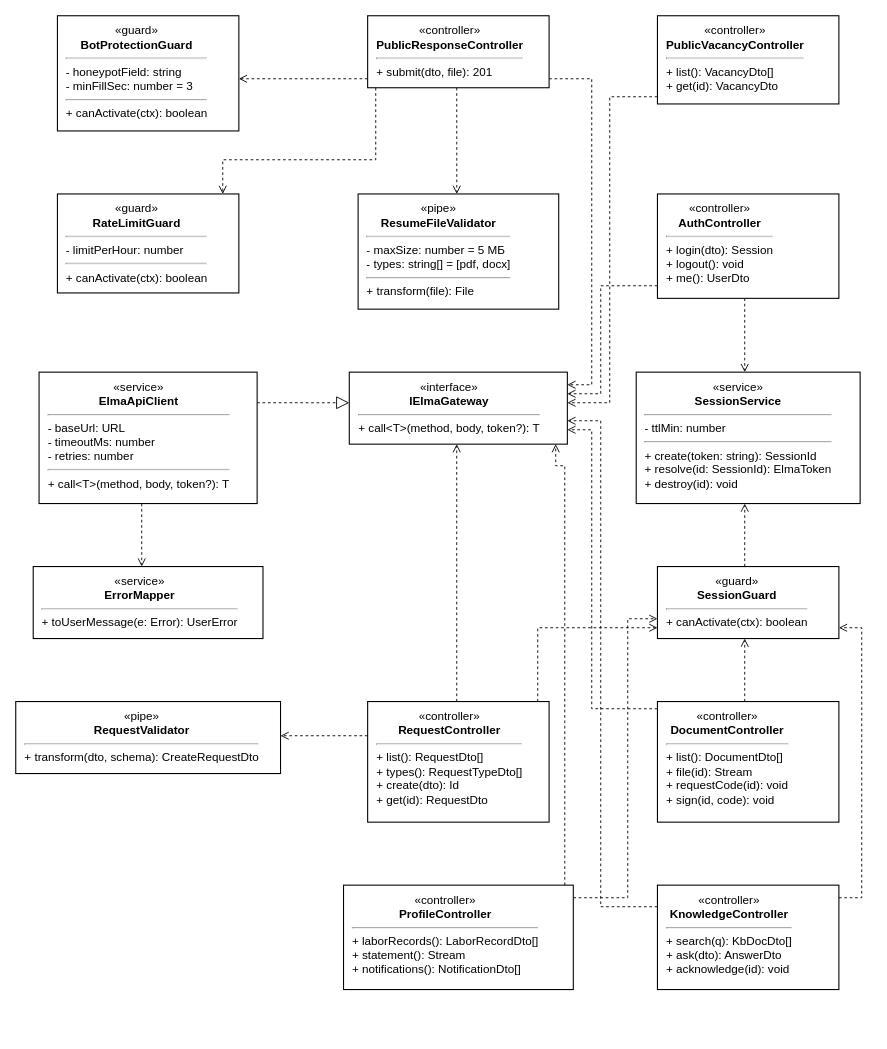
Earlier version of the draw.io diagram docs/диаграммы/drawio/3.6_Классы_Портал_серверная_часть.drawio (akkixx04/doc_management). Source tidied: cells renumbered, new cells numbered last; positions are measured from the earlier drawing's top-left corner, leaving out a move shared by most shapes. Both pictures are drawn from the tidied source at 90%, with x=0, y=0 at pixel (15, 15).
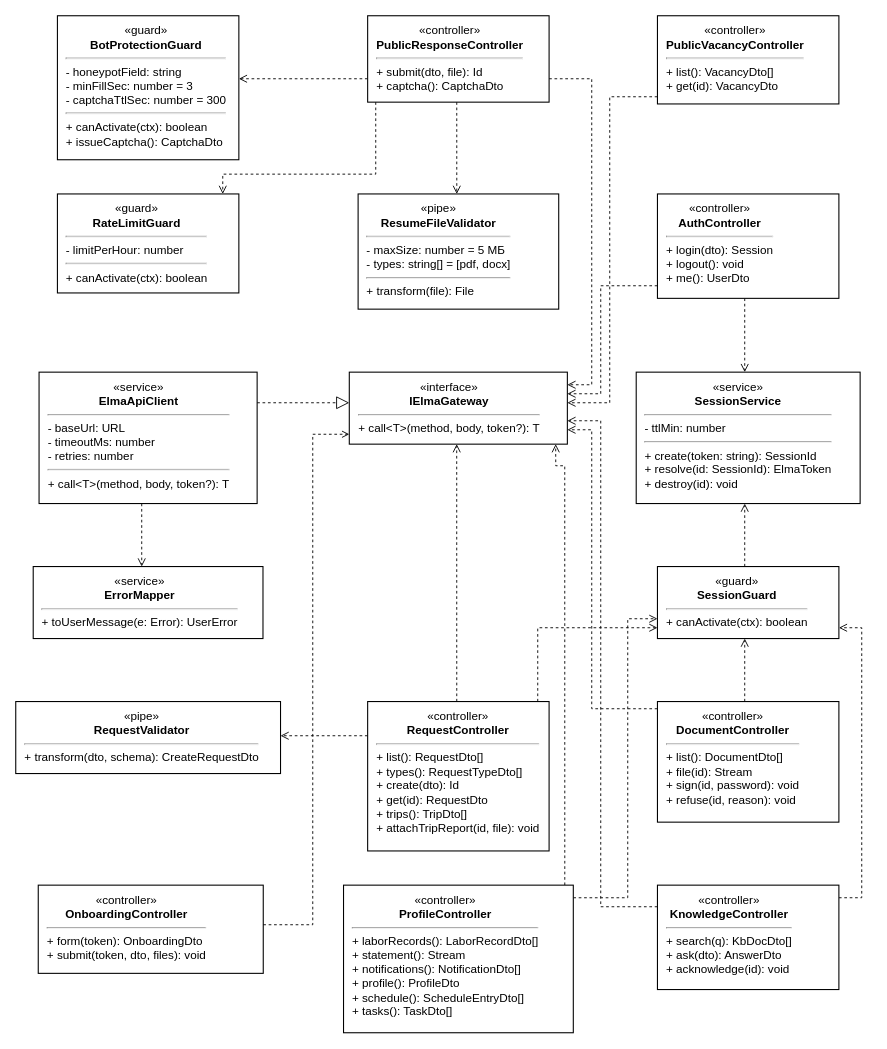
Above is the later version.

Unchanged cells that the change refers to:
```xml
<mxCell id="24" value="&lt;div style=&quot;text-align:center&quot;&gt;«guard»&lt;/div&gt;&lt;div style=&quot;text-align:center&quot;&gt;&lt;b&gt;RateLimitGuard&lt;/b&gt;&lt;/div&gt;&lt;hr&gt;- limitPerHour: number&lt;hr&gt;+ canActivate(ctx): boolean" style="html=1;whiteSpace=wrap;align=left;verticalAlign=top;spacingLeft=8;spacingRight=6;spacingTop=2;fontSize=13;strokeColor=#000000;strokeWidth=1.2;fillColor=#ffffff;fontColor=#000000;fontFamily=Helvetica;rounded=0;" parent="1" vertex="1">
  <mxGeometry x="46.3" y="198" width="201.6" height="110" as="geometry" />
</mxCell>
<mxCell id="28" value="&lt;div style=&quot;text-align:center&quot;&gt;«interface»&lt;/div&gt;&lt;div style=&quot;text-align:center&quot;&gt;&lt;b&gt;IElmaGateway&lt;/b&gt;&lt;/div&gt;&lt;hr&gt;+ call&amp;lt;T&amp;gt;(method, body, token?): T" style="html=1;whiteSpace=wrap;align=left;verticalAlign=top;spacingLeft=8;spacingRight=6;spacingTop=2;fontSize=13;strokeColor=#000000;strokeWidth=1.2;fillColor=#ffffff;fontColor=#000000;fontFamily=Helvetica;rounded=0;" parent="1" vertex="1">
  <mxGeometry x="370.6" y="396" width="242.3" height="80" as="geometry" />
</mxCell>
<mxCell id="31" value="&lt;div style=&quot;text-align:center&quot;&gt;«guard»&lt;/div&gt;&lt;div style=&quot;text-align:center&quot;&gt;&lt;b&gt;SessionGuard&lt;/b&gt;&lt;/div&gt;&lt;hr&gt;+ canActivate(ctx): boolean" style="html=1;whiteSpace=wrap;align=left;verticalAlign=top;spacingLeft=8;spacingRight=6;spacingTop=2;fontSize=13;strokeColor=#000000;strokeWidth=1.2;fillColor=#ffffff;fontColor=#000000;fontFamily=Helvetica;rounded=0;" parent="1" vertex="1">
  <mxGeometry x="713" y="612" width="201.6" height="80" as="geometry" />
</mxCell>
<mxCell id="32" value="&lt;div style=&quot;text-align:center&quot;&gt;«pipe»&lt;/div&gt;&lt;div style=&quot;text-align:center&quot;&gt;&lt;b&gt;RequestValidator&lt;/b&gt;&lt;/div&gt;&lt;hr&gt;+ transform(dto, schema): CreateRequestDto" style="html=1;whiteSpace=wrap;align=left;verticalAlign=top;spacingLeft=8;spacingRight=6;spacingTop=2;fontSize=13;strokeColor=#000000;strokeWidth=1.2;fillColor=#ffffff;fontColor=#000000;fontFamily=Helvetica;rounded=0;" parent="1" vertex="1">
  <mxGeometry y="762" width="294.2" height="80" as="geometry" />
</mxCell>
```

Diff of the diagram source:
```diff
@@
-    <mxCell id="7" style="edgeStyle=none;html=1;rounded=0;endArrow=block;endFill=1;endSize=7;strokeColor=#000000;strokeWidth=1;fontColor=#000000;fontFamily=Helvetica;endArrow=open;endFill=0;startArrow=none;dashed=1;fontSize=12;labelBackgroundColor=#ffffff;exitX=0.0000;exitY=0.8750;exitDx=0;exitDy=0;exitPerimeter=0;entryX=1.0000;entryY=0.5469;entryDx=0;entryDy=0;entryPerimeter=0;" parent="1" edge="1" source="22" target="21">
+    <mxCell id="7" style="edgeStyle=none;html=1;rounded=0;endArrow=block;endFill=1;endSize=7;strokeColor=#000000;strokeWidth=1;fontColor=#000000;fontFamily=Helvetica;endArrow=open;endFill=0;startArrow=none;dashed=1;fontSize=12;labelBackgroundColor=#ffffff;exitX=0.0000;exitY=0.7292;exitDx=0;exitDy=0;exitPerimeter=0;entryX=1.0000;entryY=0.4375;entryDx=0;entryDy=0;entryPerimeter=0;" parent="1" edge="1" source="22" target="21">
       <mxGeometry relative="1" as="geometry" />
     </mxCell>
@@
-    <mxCell id="11" style="edgeStyle=none;html=1;rounded=0;endArrow=block;endFill=1;endSize=7;strokeColor=#000000;strokeWidth=1;fontColor=#000000;fontFamily=Helvetica;endArrow=open;endFill=0;startArrow=none;dashed=1;fontSize=12;labelBackgroundColor=#ffffff;exitX=0.0000;exitY=0.2836;exitDx=0;exitDy=0;exitPerimeter=0;entryX=1.0000;entryY=0.4750;entryDx=0;entryDy=0;entryPerimeter=0;" parent="1" edge="1" source="33" target="32">
+    <mxCell id="11" style="edgeStyle=none;html=1;rounded=0;endArrow=block;endFill=1;endSize=7;strokeColor=#000000;strokeWidth=1;fontColor=#000000;fontFamily=Helvetica;endArrow=open;endFill=0;startArrow=none;dashed=1;fontSize=12;labelBackgroundColor=#ffffff;exitX=0.0000;exitY=0.2289;exitDx=0;exitDy=0;exitPerimeter=0;entryX=1.0000;entryY=0.4750;entryDx=0;entryDy=0;entryPerimeter=0;" parent="1" edge="1" source="33" target="32">
       <mxGeometry relative="1" as="geometry" />
     </mxCell>
-    <mxCell id="12" style="edgeStyle=none;html=1;rounded=0;endArrow=block;endFill=1;endSize=7;strokeColor=#000000;strokeWidth=1;fontColor=#000000;fontFamily=Helvetica;endArrow=open;endFill=0;startArrow=none;dashed=1;fontSize=12;labelBackgroundColor=#ffffff;exitX=1.0000;exitY=0.8750;exitDx=0;exitDy=0;exitPerimeter=0;entryX=1.0000;entryY=0.1750;entryDx=0;entryDy=0;entryPerimeter=0;" parent="1" edge="1" source="22" target="28">
+    <mxCell id="12" style="edgeStyle=none;html=1;rounded=0;endArrow=block;endFill=1;endSize=7;strokeColor=#000000;strokeWidth=1;fontColor=#000000;fontFamily=Helvetica;endArrow=open;endFill=0;startArrow=none;dashed=1;fontSize=12;labelBackgroundColor=#ffffff;exitX=1.0000;exitY=0.7292;exitDx=0;exitDy=0;exitPerimeter=0;entryX=1.0000;entryY=0.1750;entryDx=0;entryDy=0;entryPerimeter=0;" parent="1" edge="1" source="22" target="28">
       <mxGeometry relative="1" as="geometry">
         <Array as="points">
           <mxPoint x="640" y="70" />
           <mxPoint x="640" y="410" />
         </Array>
       </mxGeometry>
     </mxCell>
@@
     <mxCell id="15" style="edgeStyle=none;html=1;rounded=0;endArrow=block;endFill=1;endSize=7;strokeColor=#000000;strokeWidth=1;fontColor=#000000;fontFamily=Helvetica;endArrow=open;endFill=0;startArrow=none;dashed=1;fontSize=12;labelBackgroundColor=#ffffff;exitX=0.0446;exitY=1.0000;exitDx=0;exitDy=0;exitPerimeter=0;entryX=0.9113;entryY=0.0000;entryDx=0;entryDy=0;entryPerimeter=0;" parent="1" edge="1" source="22" target="24">
       <mxGeometry relative="1" as="geometry">
         <Array as="points">
-          <mxPoint x="400" y="160" />
-          <mxPoint x="230" y="160" />
+          <mxPoint x="400" y="176" />
+          <mxPoint x="230" y="176" />
         </Array>
       </mxGeometry>
     </mxCell>
@@
-    <mxCell id="17" style="edgeStyle=none;html=1;rounded=0;endArrow=block;endFill=1;endSize=7;strokeColor=#000000;strokeWidth=1;fontColor=#000000;fontFamily=Helvetica;endArrow=open;endFill=0;startArrow=none;dashed=1;fontSize=12;labelBackgroundColor=#ffffff;exitX=1.0000;exitY=0.1207;exitDx=0;exitDy=0;exitPerimeter=0;entryX=0.0000;entryY=0.7250;entryDx=0;entryDy=0;entryPerimeter=0;" parent="1" edge="1" source="35" target="31">
+    <mxCell id="17" style="edgeStyle=none;html=1;rounded=0;endArrow=block;endFill=1;endSize=7;strokeColor=#000000;strokeWidth=1;fontColor=#000000;fontFamily=Helvetica;endArrow=open;endFill=0;startArrow=none;dashed=1;fontSize=12;labelBackgroundColor=#ffffff;exitX=1.0000;exitY=0.0854;exitDx=0;exitDy=0;exitPerimeter=0;entryX=0.0000;entryY=0.7250;entryDx=0;entryDy=0;entryPerimeter=0;" parent="1" edge="1" source="35" target="31">
       <mxGeometry relative="1" as="geometry">
         <Array as="points">
           <mxPoint x="680" y="980" />
           <mxPoint x="680" y="670" />
         </Array>
       </mxGeometry>
     </mxCell>
@@
-    <mxCell id="21" value="&lt;div style=&quot;text-align:center&quot;&gt;«guard»&lt;/div&gt;&lt;div style=&quot;text-align:center&quot;&gt;&lt;b&gt;BotProtectionGuard&lt;/b&gt;&lt;/div&gt;&lt;hr&gt;- honeypotField: string&lt;br&gt;- minFillSec: number = 3&lt;hr&gt;+ canActivate(ctx): boolean" style="html=1;whiteSpace=wrap;align=left;verticalAlign=top;spacingLeft=8;spacingRight=6;spacingTop=2;fontSize=13;strokeColor=#000000;strokeWidth=1.2;fillColor=#ffffff;fontColor=#000000;fontFamily=Helvetica;rounded=0;" parent="1" vertex="1">
-      <mxGeometry x="46.3" width="201.6" height="128" as="geometry" />
+    <mxCell id="21" value="&lt;div style=&quot;text-align:center&quot;&gt;«guard»&lt;/div&gt;&lt;div style=&quot;text-align:center&quot;&gt;&lt;b&gt;BotProtectionGuard&lt;/b&gt;&lt;/div&gt;&lt;hr&gt;- honeypotField: string&lt;br&gt;- minFillSec: number = 3&lt;br&gt;- captchaTtlSec: number = 300&lt;hr&gt;+ canActivate(ctx): boolean&lt;br&gt;+ issueCaptcha(): CaptchaDto" style="html=1;whiteSpace=wrap;align=left;verticalAlign=top;spacingLeft=8;spacingRight=6;spacingTop=2;fontSize=13;strokeColor=#000000;strokeWidth=1.2;fillColor=#ffffff;fontColor=#000000;fontFamily=Helvetica;rounded=0;" parent="1" vertex="1">
+      <mxGeometry x="46.3" width="201.6" height="160" as="geometry" />
     </mxCell>
-    <mxCell id="22" value="&lt;div style=&quot;text-align:center&quot;&gt;«controller»&lt;/div&gt;&lt;div style=&quot;text-align:center&quot;&gt;&lt;b&gt;PublicResponseController&lt;/b&gt;&lt;/div&gt;&lt;hr&gt;+ submit(dto, file): 201" style="html=1;whiteSpace=wrap;align=left;verticalAlign=top;spacingLeft=8;spacingRight=6;spacingTop=2;fontSize=13;strokeColor=#000000;strokeWidth=1.2;fillColor=#ffffff;fontColor=#000000;fontFamily=Helvetica;rounded=0;" parent="1" vertex="1">
-      <mxGeometry x="391" width="201.6" height="80" as="geometry" />
+    <mxCell id="22" value="&lt;div style=&quot;text-align:center&quot;&gt;«controller»&lt;/div&gt;&lt;div style=&quot;text-align:center&quot;&gt;&lt;b&gt;PublicResponseController&lt;/b&gt;&lt;/div&gt;&lt;hr&gt;+ submit(dto, file): Id&lt;br&gt;+ captcha(): CaptchaDto" style="html=1;whiteSpace=wrap;align=left;verticalAlign=top;spacingLeft=8;spacingRight=6;spacingTop=2;fontSize=13;strokeColor=#000000;strokeWidth=1.2;fillColor=#ffffff;fontColor=#000000;fontFamily=Helvetica;rounded=0;" parent="1" vertex="1">
+      <mxGeometry x="391" width="201.6" height="96" as="geometry" />
     </mxCell>
@@
-    <mxCell id="33" value="&lt;div style=&quot;text-align:center&quot;&gt;«controller»&lt;/div&gt;&lt;div style=&quot;text-align:center&quot;&gt;&lt;b&gt;RequestController&lt;/b&gt;&lt;/div&gt;&lt;hr&gt;+ list(): RequestDto[]&lt;br&gt;+ types(): RequestTypeDto[]&lt;br&gt;+ create(dto): Id&lt;br&gt;+ get(id): RequestDto" style="html=1;whiteSpace=wrap;align=left;verticalAlign=top;spacingLeft=8;spacingRight=6;spacingTop=2;fontSize=13;strokeColor=#000000;strokeWidth=1.2;fillColor=#ffffff;fontColor=#000000;fontFamily=Helvetica;rounded=0;" parent="1" vertex="1">
-      <mxGeometry x="391" y="762" width="201.6" height="134" as="geometry" />
+    <mxCell id="33" value="&lt;div style=&quot;text-align:center&quot;&gt;«controller»&lt;/div&gt;&lt;div style=&quot;text-align:center&quot;&gt;&lt;b&gt;RequestController&lt;/b&gt;&lt;/div&gt;&lt;hr&gt;+ list(): RequestDto[]&lt;br&gt;+ types(): RequestTypeDto[]&lt;br&gt;+ create(dto): Id&lt;br&gt;+ get(id): RequestDto&lt;br&gt;+ trips(): TripDto[]&lt;br&gt;+ attachTripReport(id, file): void" style="html=1;whiteSpace=wrap;align=left;verticalAlign=top;spacingLeft=8;spacingRight=6;spacingTop=2;fontSize=13;strokeColor=#000000;strokeWidth=1.2;fillColor=#ffffff;fontColor=#000000;fontFamily=Helvetica;rounded=0;" parent="1" vertex="1">
+      <mxGeometry x="391" y="762" width="201.6" height="166" as="geometry" />
     </mxCell>
-    <mxCell id="34" value="&lt;div style=&quot;text-align:center&quot;&gt;«controller»&lt;/div&gt;&lt;div style=&quot;text-align:center&quot;&gt;&lt;b&gt;DocumentController&lt;/b&gt;&lt;/div&gt;&lt;hr&gt;+ list(): DocumentDto[]&lt;br&gt;+ file(id): Stream&lt;br&gt;+ requestCode(id): void&lt;br&gt;+ sign(id, code): void" style="html=1;whiteSpace=wrap;align=left;verticalAlign=top;spacingLeft=8;spacingRight=6;spacingTop=2;fontSize=13;strokeColor=#000000;strokeWidth=1.2;fillColor=#ffffff;fontColor=#000000;fontFamily=Helvetica;rounded=0;" parent="1" vertex="1">
+    <mxCell id="34" value="&lt;div style=&quot;text-align:center&quot;&gt;«controller»&lt;/div&gt;&lt;div style=&quot;text-align:center&quot;&gt;&lt;b&gt;DocumentController&lt;/b&gt;&lt;/div&gt;&lt;hr&gt;+ list(): DocumentDto[]&lt;br&gt;+ file(id): Stream&lt;br&gt;+ sign(id, password): void&lt;br&gt;+ refuse(id, reason): void" style="html=1;whiteSpace=wrap;align=left;verticalAlign=top;spacingLeft=8;spacingRight=6;spacingTop=2;fontSize=13;strokeColor=#000000;strokeWidth=1.2;fillColor=#ffffff;fontColor=#000000;fontFamily=Helvetica;rounded=0;" parent="1" vertex="1">
       <mxGeometry x="713" y="762" width="201.6" height="134" as="geometry" />
     </mxCell>
-    <mxCell id="35" value="&lt;div style=&quot;text-align:center&quot;&gt;«controller»&lt;/div&gt;&lt;div style=&quot;text-align:center&quot;&gt;&lt;b&gt;ProfileController&lt;/b&gt;&lt;/div&gt;&lt;hr&gt;+ laborRecords(): LaborRecordDto[]&lt;br&gt;+ statement(): Stream&lt;br&gt;+ notifications(): NotificationDto[]" style="html=1;whiteSpace=wrap;align=left;verticalAlign=top;spacingLeft=8;spacingRight=6;spacingTop=2;fontSize=13;strokeColor=#000000;strokeWidth=1.2;fillColor=#ffffff;fontColor=#000000;fontFamily=Helvetica;rounded=0;" parent="1" vertex="1">
-      <mxGeometry x="364.2" y="966" width="255.3" height="116" as="geometry" />
+    <mxCell id="35" value="&lt;div style=&quot;text-align:center&quot;&gt;«controller»&lt;/div&gt;&lt;div style=&quot;text-align:center&quot;&gt;&lt;b&gt;ProfileController&lt;/b&gt;&lt;/div&gt;&lt;hr&gt;+ laborRecords(): LaborRecordDto[]&lt;br&gt;+ statement(): Stream&lt;br&gt;+ notifications(): NotificationDto[]&lt;br&gt;+ profile(): ProfileDto&lt;br&gt;+ schedule(): ScheduleEntryDto[]&lt;br&gt;+ tasks(): TaskDto[]" style="html=1;whiteSpace=wrap;align=left;verticalAlign=top;spacingLeft=8;spacingRight=6;spacingTop=2;fontSize=13;strokeColor=#000000;strokeWidth=1.2;fillColor=#ffffff;fontColor=#000000;fontFamily=Helvetica;rounded=0;" parent="1" vertex="1">
+      <mxGeometry x="364.2" y="966" width="255.3" height="164" as="geometry" />
     </mxCell>
@@
+    <mxCell id="37" value="&lt;div style=&quot;text-align:center&quot;&gt;«controller»&lt;/div&gt;&lt;div style=&quot;text-align:center&quot;&gt;&lt;b&gt;OnboardingController&lt;/b&gt;&lt;/div&gt;&lt;hr&gt;+ form(token): OnboardingDto&lt;br&gt;+ submit(token, dto, files): void" style="html=1;whiteSpace=wrap;align=left;verticalAlign=top;spacingLeft=8;spacingRight=6;spacingTop=2;fontSize=13;strokeColor=#000000;strokeWidth=1.2;fillColor=#ffffff;fontColor=#000000;fontFamily=Helvetica;rounded=0;" parent="1" vertex="1">
+      <mxGeometry x="25" y="966" width="250" height="98" as="geometry" />
+    </mxCell>
+    <mxCell id="38" style="edgeStyle=none;html=1;rounded=0;strokeColor=#000000;strokeWidth=1;fontColor=#000000;fontFamily=Helvetica;fontSize=12;labelBackgroundColor=#ffffff;endArrow=open;endFill=0;startArrow=none;dashed=1;exitX=1.0000;exitY=0.4490;exitDx=0;exitDy=0;exitPerimeter=0;entryX=0.0000;entryY=0.8625;entryDx=0;entryDy=0;entryPerimeter=0;" parent="1" edge="1" source="37" target="28">
+      <mxGeometry relative="1" as="geometry">
+        <Array as="points">
+          <mxPoint x="330" y="1010" />
+          <mxPoint x="330" y="465" />
+        </Array>
+      </mxGeometry>
+    </mxCell>
```
